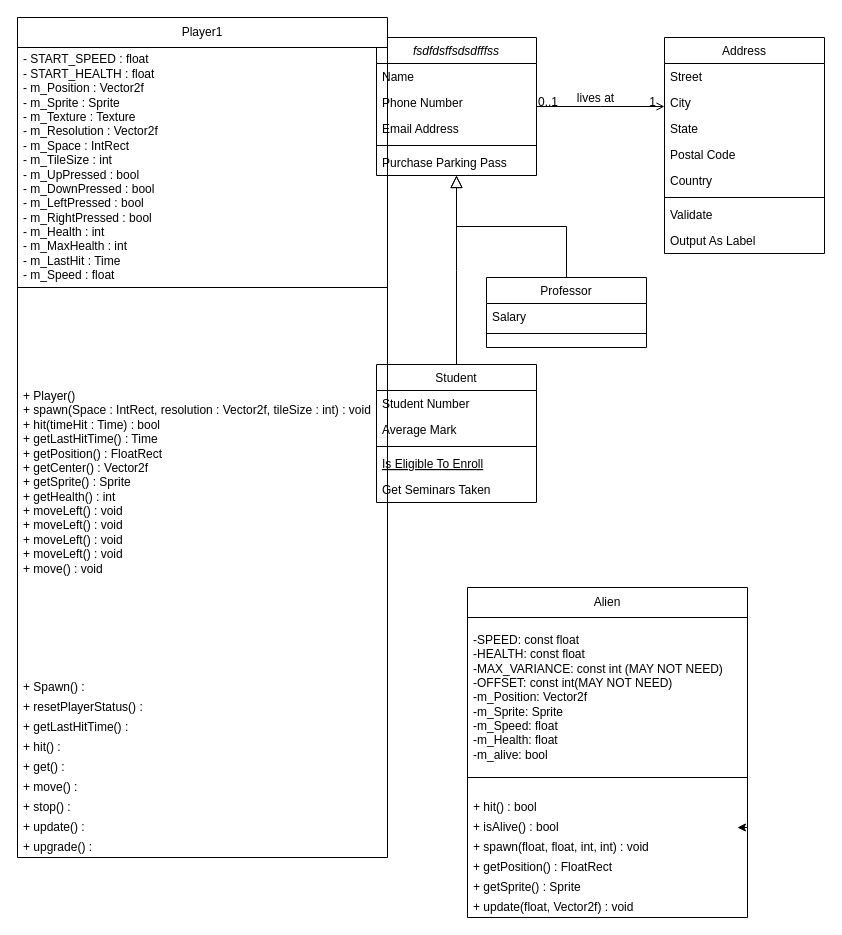
The draw.io diagram UML Diagram.drawio in huchu501/Space_Battle, before the edit. Source tidied: cells renumbered, new cells numbered last; positions are measured from the earlier drawing's top-left corner, leaving out a move shared by most shapes. Both pictures are drawn from the tidied source at 100%, with x=0, y=0 at pixel (17, 17).
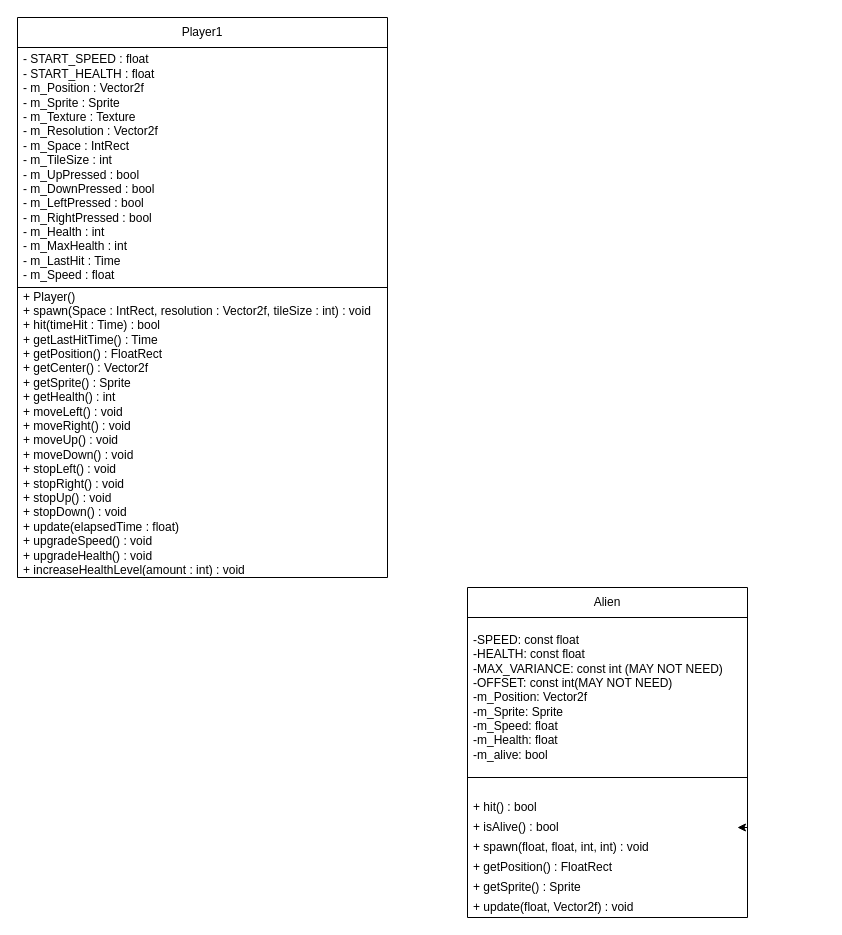
The same page after the edit.

The edit, as a diff of the source:
```diff
@@
-    <mxCell id="2" value="fsdfdsffsdsdfffss" style="swimlane;fontStyle=2;align=center;verticalAlign=top;horizontal=1;startSize=26;rounded=0;shadow=0;strokeWidth=1;" parent="1" vertex="1">
-      <mxGeometry x="359" y="20" width="160" height="138" as="geometry" />
-    </mxCell>
-    <mxCell id="3" value="Name" style="text;align=left;verticalAlign=top;spacingLeft=4;spacingRight=4;overflow=hidden;" parent="2" vertex="1">
-      <mxGeometry y="26" width="160" height="26" as="geometry" />
-    </mxCell>
-    <mxCell id="4" value="Phone Number" style="text;align=left;verticalAlign=top;spacingLeft=4;spacingRight=4;overflow=hidden;rounded=0;shadow=0;html=0;" parent="2" vertex="1">
-      <mxGeometry y="52" width="160" height="26" as="geometry" />
-    </mxCell>
-    <mxCell id="5" value="Email Address" style="text;align=left;verticalAlign=top;spacingLeft=4;spacingRight=4;overflow=hidden;rounded=0;shadow=0;html=0;" parent="2" vertex="1">
-      <mxGeometry y="78" width="160" height="26" as="geometry" />
-    </mxCell>
-    <mxCell id="6" style="line;html=1;strokeWidth=1;align=left;verticalAlign=middle;spacingTop=-1;spacingLeft=3;spacingRight=3;labelPosition=right;" parent="2" vertex="1">
-      <mxGeometry y="104" width="160" height="8" as="geometry" />
-    </mxCell>
-    <mxCell id="7" value="Purchase Parking Pass" style="text;align=left;verticalAlign=top;spacingLeft=4;spacingRight=4;overflow=hidden;" parent="2" vertex="1">
-      <mxGeometry y="112" width="160" height="26" as="geometry" />
-    </mxCell>
-    <mxCell id="8" value="Student" style="swimlane;fontStyle=0;align=center;verticalAlign=top;horizontal=1;startSize=26;rounded=0;shadow=0;strokeWidth=1;" parent="1" vertex="1">
-      <mxGeometry x="359" y="347" width="160" height="138" as="geometry" />
-    </mxCell>
-    <mxCell id="9" value="Student Number" style="text;align=left;verticalAlign=top;spacingLeft=4;spacingRight=4;overflow=hidden;" parent="8" vertex="1">
-      <mxGeometry y="26" width="160" height="26" as="geometry" />
-    </mxCell>
-    <mxCell id="10" value="Average Mark" style="text;align=left;verticalAlign=top;spacingLeft=4;spacingRight=4;overflow=hidden;rounded=0;shadow=0;html=0;" parent="8" vertex="1">
-      <mxGeometry y="52" width="160" height="26" as="geometry" />
-    </mxCell>
-    <mxCell id="11" style="line;html=1;strokeWidth=1;align=left;verticalAlign=middle;spacingTop=-1;spacingLeft=3;spacingRight=3;labelPosition=right;" parent="8" vertex="1">
-      <mxGeometry y="78" width="160" height="8" as="geometry" />
-    </mxCell>
-    <mxCell id="12" value="Is Eligible To Enroll" style="text;align=left;verticalAlign=top;spacingLeft=4;spacingRight=4;overflow=hidden;fontStyle=4;" parent="8" vertex="1">
-      <mxGeometry y="86" width="160" height="26" as="geometry" />
-    </mxCell>
-    <mxCell id="13" value="Get Seminars Taken" style="text;align=left;verticalAlign=top;spacingLeft=4;spacingRight=4;overflow=hidden;" parent="8" vertex="1">
-      <mxGeometry y="112" width="160" height="26" as="geometry" />
-    </mxCell>
-    <mxCell id="14" style="endArrow=block;endSize=10;endFill=0;shadow=0;strokeWidth=1;rounded=0;edgeStyle=elbowEdgeStyle;elbow=vertical;" parent="1" edge="1" source="8" target="2">
-      <mxGeometry relative="1" as="geometry" />
-    </mxCell>
-    <mxCell id="15" value="Professor" style="swimlane;fontStyle=0;align=center;verticalAlign=top;horizontal=1;startSize=26;rounded=0;shadow=0;strokeWidth=1;" parent="1" vertex="1">
-      <mxGeometry x="469" y="260" width="160" height="70" as="geometry" />
-    </mxCell>
-    <mxCell id="16" value="Salary" style="text;align=left;verticalAlign=top;spacingLeft=4;spacingRight=4;overflow=hidden;" parent="15" vertex="1">
-      <mxGeometry y="26" width="160" height="26" as="geometry" />
-    </mxCell>
-    <mxCell id="17" style="line;html=1;strokeWidth=1;align=left;verticalAlign=middle;spacingTop=-1;spacingLeft=3;spacingRight=3;labelPosition=right;" parent="15" vertex="1">
-      <mxGeometry y="52" width="160" height="8" as="geometry" />
-    </mxCell>
-    <mxCell id="18" style="endArrow=block;endSize=10;endFill=0;shadow=0;strokeWidth=1;rounded=0;edgeStyle=elbowEdgeStyle;elbow=vertical;" parent="1" edge="1" source="15" target="2">
-      <mxGeometry relative="1" as="geometry" />
-    </mxCell>
-    <mxCell id="19" value="Address" style="swimlane;fontStyle=0;align=center;verticalAlign=top;horizontal=1;startSize=26;rounded=0;shadow=0;strokeWidth=1;" parent="1" vertex="1">
-      <mxGeometry x="647" y="20" width="160" height="216" as="geometry" />
-    </mxCell>
-    <mxCell id="20" value="Street" style="text;align=left;verticalAlign=top;spacingLeft=4;spacingRight=4;overflow=hidden;" parent="19" vertex="1">
-      <mxGeometry y="26" width="160" height="26" as="geometry" />
-    </mxCell>
-    <mxCell id="21" value="City" style="text;align=left;verticalAlign=top;spacingLeft=4;spacingRight=4;overflow=hidden;rounded=0;shadow=0;html=0;" parent="19" vertex="1">
-      <mxGeometry y="52" width="160" height="26" as="geometry" />
-    </mxCell>
-    <mxCell id="22" value="State" style="text;align=left;verticalAlign=top;spacingLeft=4;spacingRight=4;overflow=hidden;rounded=0;shadow=0;html=0;" parent="19" vertex="1">
-      <mxGeometry y="78" width="160" height="26" as="geometry" />
-    </mxCell>
-    <mxCell id="23" value="Postal Code" style="text;align=left;verticalAlign=top;spacingLeft=4;spacingRight=4;overflow=hidden;rounded=0;shadow=0;html=0;" parent="19" vertex="1">
-      <mxGeometry y="104" width="160" height="26" as="geometry" />
-    </mxCell>
-    <mxCell id="24" value="Country" style="text;align=left;verticalAlign=top;spacingLeft=4;spacingRight=4;overflow=hidden;rounded=0;shadow=0;html=0;" parent="19" vertex="1">
-      <mxGeometry y="130" width="160" height="26" as="geometry" />
-    </mxCell>
-    <mxCell id="25" style="line;html=1;strokeWidth=1;align=left;verticalAlign=middle;spacingTop=-1;spacingLeft=3;spacingRight=3;labelPosition=right;" parent="19" vertex="1">
-      <mxGeometry y="156" width="160" height="8" as="geometry" />
-    </mxCell>
-    <mxCell id="26" value="Validate" style="text;align=left;verticalAlign=top;spacingLeft=4;spacingRight=4;overflow=hidden;" parent="19" vertex="1">
-      <mxGeometry y="164" width="160" height="26" as="geometry" />
-    </mxCell>
-    <mxCell id="27" value="Output As Label" style="text;align=left;verticalAlign=top;spacingLeft=4;spacingRight=4;overflow=hidden;" parent="19" vertex="1">
-      <mxGeometry y="190" width="160" height="26" as="geometry" />
-    </mxCell>
-    <mxCell id="28" style="endArrow=open;shadow=0;strokeWidth=1;rounded=0;endFill=1;edgeStyle=elbowEdgeStyle;elbow=vertical;" parent="1" edge="1" source="2" target="19">
-      <mxGeometry x="0.5" y="41" relative="1" as="geometry">
-        <mxPoint x="-40" y="32" as="offset" />
-      </mxGeometry>
-    </mxCell>
-    <mxCell id="29" value="0..1" style="align=left;verticalAlign=bottom;labelBackgroundColor=none;fontSize=12;" parent="28" vertex="1">
-      <mxGeometry x="-1" relative="1" as="geometry">
-        <mxPoint y="4" as="offset" />
-      </mxGeometry>
-    </mxCell>
-    <mxCell id="30" value="1" style="align=right;verticalAlign=bottom;labelBackgroundColor=none;fontSize=12;" parent="28" vertex="1">
-      <mxGeometry x="1" relative="1" as="geometry">
-        <mxPoint x="-7" y="4" as="offset" />
-      </mxGeometry>
-    </mxCell>
-    <mxCell id="31" value="lives at" style="text;html=1;align=center;verticalAlign=middle;labelBackgroundColor=none;rounded=0;shadow=0;strokeWidth=1;fontSize=12;" parent="28" vertex="1">
-      <mxGeometry x="0.5" y="49" relative="1" as="geometry">
-        <mxPoint x="-38" y="40" as="offset" />
-      </mxGeometry>
-    </mxCell>
     <mxCell id="32" value="Player1" style="swimlane;fontStyle=0;horizontal=1;startSize=30;whiteSpace=wrap;html=1;" parent="1" vertex="1">
-      <mxGeometry width="370" height="840" as="geometry" />
+      <mxGeometry width="370" height="560" as="geometry" />
     </mxCell>
@@
-    <mxCell id="34" value="+ Player()&lt;br&gt;+ spawn(Space : IntRect, resolution : Vector2f, tileSize : int) : void&lt;br&gt;+ hit(timeHit : Time) : bool&lt;br&gt;+ getLastHitTime() : Time&lt;br&gt;+ getPosition() : FloatRect&lt;br&gt;+ getCenter() : Vector2f&lt;br&gt;+ getSprite() : Sprite&lt;br&gt;+ getHealth() : int&lt;br&gt;+ moveLeft() : void&lt;br&gt;+ moveLeft() : void&lt;br&gt;+ moveLeft() : void&lt;br&gt;+ moveLeft() : void&lt;br&gt;+ move() : void&lt;br&gt;" style="text;strokeColor=none;fillColor=none;align=left;verticalAlign=middle;spacingLeft=4;spacingRight=4;overflow=hidden;whiteSpace=wrap;html=1;" parent="32" vertex="1">
-      <mxGeometry y="270" width="370" height="390" as="geometry" />
+    <mxCell id="34" value="+ Player()&lt;br&gt;+ spawn(Space : IntRect, resolution : Vector2f, tileSize : int) : void&lt;br&gt;+ hit(timeHit : Time) : bool&lt;br&gt;+ getLastHitTime() : Time&lt;br&gt;+ getPosition() : FloatRect&lt;br&gt;+ getCenter() : Vector2f&lt;br&gt;+ getSprite() : Sprite&lt;br&gt;+ getHealth() : int&lt;br&gt;+ moveLeft() : void&lt;br&gt;+ moveRight() : void&lt;br&gt;+ moveUp() : void&lt;br&gt;+ moveDown() : void&lt;br&gt;+ stopLeft() : void&lt;br&gt;+ stopRight() : void&lt;br&gt;+ stopUp() : void&lt;br&gt;+ stopDown() : void&lt;br&gt;+ update(elapsedTime : float)&lt;br&gt;+ upgradeSpeed() : void&lt;br&gt;+ upgradeHealth() : void&lt;br&gt;+ increaseHealthLevel(amount : int) : void&amp;nbsp;" style="text;strokeColor=none;fillColor=none;align=left;verticalAlign=middle;spacingLeft=4;spacingRight=4;overflow=hidden;whiteSpace=wrap;html=1;" parent="32" vertex="1">
+      <mxGeometry y="270" width="370" height="290" as="geometry" />
     </mxCell>
-    <mxCell id="35" value="+ Spawn() :" style="text;strokeColor=none;fillColor=none;align=left;verticalAlign=middle;spacingLeft=4;spacingRight=4;overflow=hidden;whiteSpace=wrap;html=1;" parent="32" vertex="1">
-      <mxGeometry y="660" width="370" height="20" as="geometry" />
-    </mxCell>
-    <mxCell id="36" value="+ resetPlayerStatus() :" style="text;strokeColor=none;fillColor=none;align=left;verticalAlign=middle;spacingLeft=4;spacingRight=4;overflow=hidden;whiteSpace=wrap;html=1;" parent="32" vertex="1">
-      <mxGeometry y="680" width="370" height="20" as="geometry" />
-    </mxCell>
-    <mxCell id="37" value="+ getLastHitTime() :" style="text;strokeColor=none;fillColor=none;align=left;verticalAlign=middle;spacingLeft=4;spacingRight=4;overflow=hidden;whiteSpace=wrap;html=1;" parent="32" vertex="1">
-      <mxGeometry y="700" width="370" height="20" as="geometry" />
-    </mxCell>
-    <mxCell id="38" value="+ hit() :" style="text;strokeColor=none;fillColor=none;align=left;verticalAlign=middle;spacingLeft=4;spacingRight=4;overflow=hidden;whiteSpace=wrap;html=1;" parent="32" vertex="1">
-      <mxGeometry y="720" width="370" height="20" as="geometry" />
-    </mxCell>
-    <mxCell id="39" value="+ get() :" style="text;strokeColor=none;fillColor=none;align=left;verticalAlign=middle;spacingLeft=4;spacingRight=4;overflow=hidden;whiteSpace=wrap;html=1;" parent="32" vertex="1">
-      <mxGeometry y="740" width="370" height="20" as="geometry" />
-    </mxCell>
-    <mxCell id="40" value="+ move() :" style="text;strokeColor=none;fillColor=none;align=left;verticalAlign=middle;spacingLeft=4;spacingRight=4;overflow=hidden;whiteSpace=wrap;html=1;" parent="32" vertex="1">
-      <mxGeometry y="760" width="370" height="20" as="geometry" />
-    </mxCell>
-    <mxCell id="41" value="+ stop() :" style="text;strokeColor=none;fillColor=none;align=left;verticalAlign=middle;spacingLeft=4;spacingRight=4;overflow=hidden;whiteSpace=wrap;html=1;" parent="32" vertex="1">
-      <mxGeometry y="780" width="370" height="20" as="geometry" />
-    </mxCell>
-    <mxCell id="42" value="+ update() :" style="text;strokeColor=none;fillColor=none;align=left;verticalAlign=middle;spacingLeft=4;spacingRight=4;overflow=hidden;whiteSpace=wrap;html=1;" parent="32" vertex="1">
-      <mxGeometry y="800" width="370" height="20" as="geometry" />
-    </mxCell>
-    <mxCell id="43" value="+ upgrade() :" style="text;strokeColor=none;fillColor=none;align=left;verticalAlign=middle;spacingLeft=4;spacingRight=4;overflow=hidden;whiteSpace=wrap;html=1;" parent="32" vertex="1">
-      <mxGeometry y="820" width="370" height="20" as="geometry" />
-    </mxCell>
```
